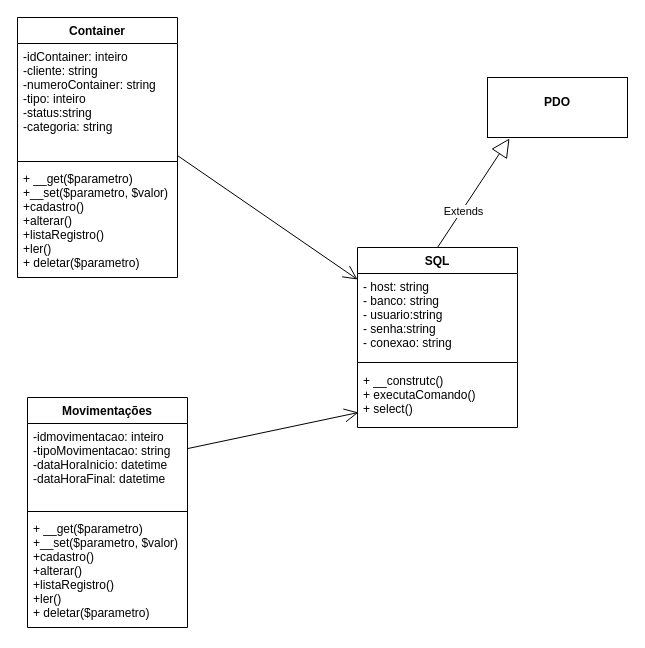
This is DOC/diagrama-uml-crud-container.drawio from Cesar959/crud-porto-navio, a draw.io file, before an edit. Source tidied: cells renumbered, new cells numbered last; positions are measured from the earlier drawing's top-left corner, leaving out a move shared by most shapes. Both pictures are drawn from the tidied source at 100%, with x=0, y=0 at pixel (17, 17).
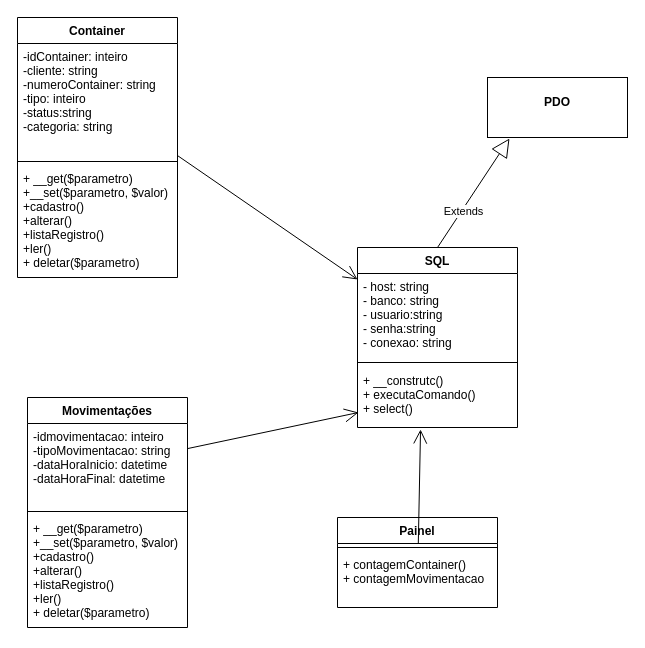
After the change.

Unchanged cells that the change refers to:
```xml
<mxCell id="9" value="+ __construtc()&#10;+ executaComando()&#10;+ select()&#10;" style="text;strokeColor=none;fillColor=none;align=left;verticalAlign=top;spacingLeft=4;spacingRight=4;overflow=hidden;points=[[0,0.5],[1,0.5]];portConstraint=eastwest;" parent="6" vertex="1">
  <mxGeometry y="120" width="160" height="60" as="geometry" />
</mxCell>
```

The edit, as a diff of the source:
```diff
@@
+    <mxCell id="18" value="Painel" style="swimlane;fontStyle=1;align=center;verticalAlign=top;horizontal=1;startSize=26;" parent="1" vertex="1">
+      <mxGeometry x="320" y="500" width="160" height="90" as="geometry" />
+    </mxCell>
+    <mxCell id="19" style="line;strokeWidth=1;fillColor=none;align=left;verticalAlign=middle;spacingTop=-1;spacingLeft=3;spacingRight=3;labelPosition=right;" parent="18" vertex="1">
+      <mxGeometry y="26" width="160" height="8" as="geometry" />
+    </mxCell>
+    <mxCell id="20" value="+ contagemContainer()&#10;+ contagemMovimentacao" style="text;strokeColor=none;fillColor=none;align=left;verticalAlign=top;spacingLeft=4;spacingRight=4;overflow=hidden;" parent="18" vertex="1">
+      <mxGeometry y="34" width="160" height="56" as="geometry" />
+    </mxCell>
+    <mxCell id="21" style="endArrow=open;endFill=1;endSize=12;html=1;rounded=0;entryX=0.394;entryY=1.033;entryDx=0;entryDy=0;entryPerimeter=0;" parent="1" edge="1" target="9">
+      <mxGeometry relative="1" as="geometry">
+        <mxPoint x="400.8" y="526" as="sourcePoint" />
+      </mxGeometry>
+    </mxCell>
```
